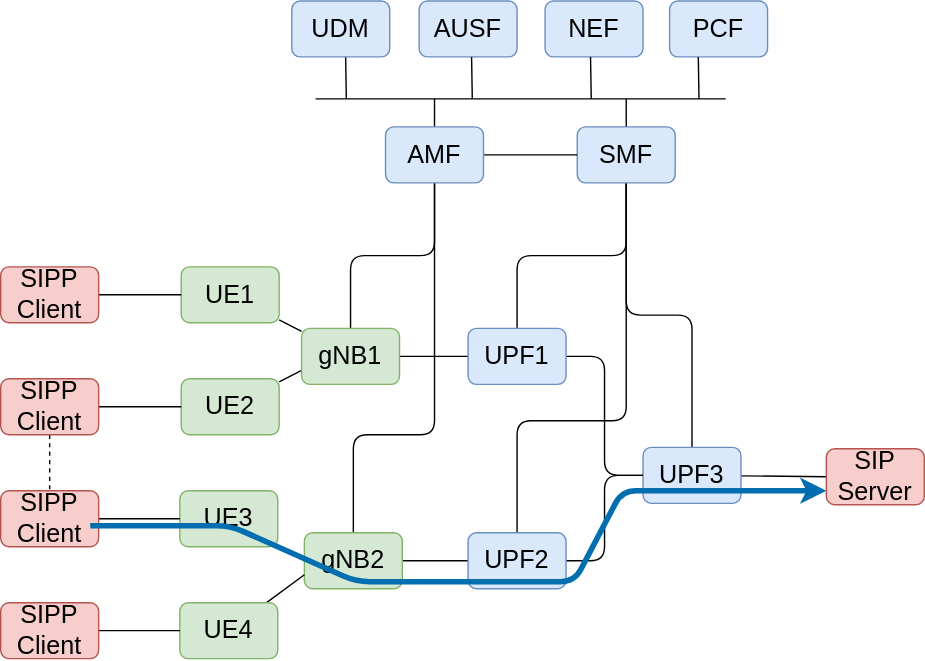
brianpnaughton/free5gc-lab keeps this draw.io diagram as scenarios/advanced/lab.drawio.svg. Above is the earlier version. Source tidied: cells renumbered, new cells last; positions are measured from the earlier drawing's top-left corner, leaving out a move shared by most shapes.
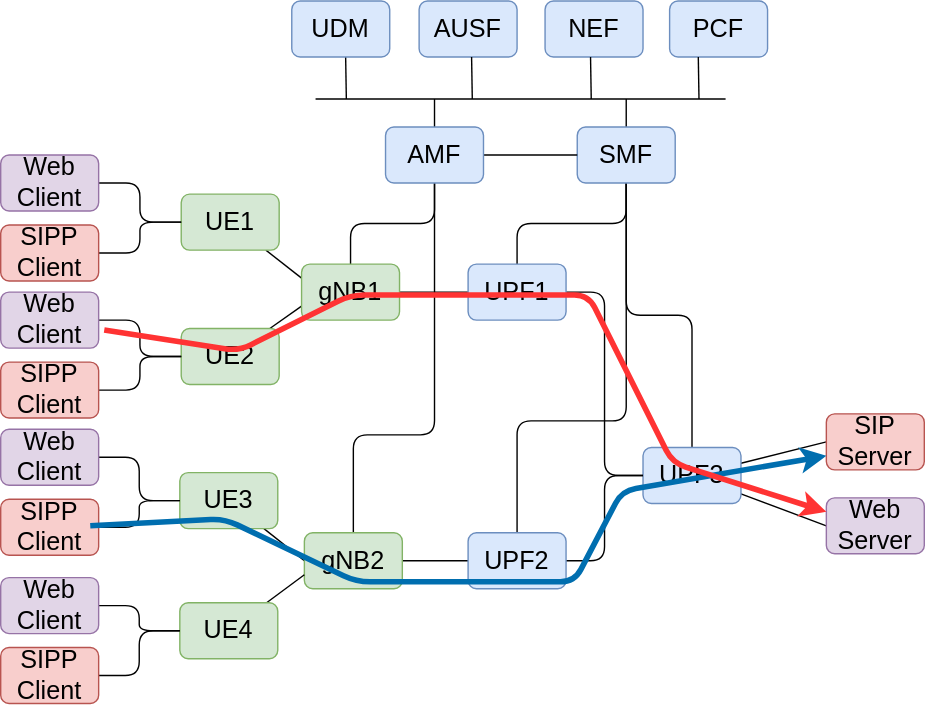
The same diagram one commit later.

What changed in the source:
```diff
@@ -2,11 +2,11 @@
   <root>
     <mxCell id="0" />
     <mxCell id="1" parent="0" />
-    <mxCell id="2" style="edgeStyle=none;html=1;fontSize=18;startArrow=none;startFill=0;endArrow=none;endFill=0;" parent="1" edge="1" source="3" target="41">
+    <mxCell id="2" style="edgeStyle=none;html=1;fontSize=18;startArrow=none;startFill=0;endArrow=none;endFill=0;entryX=0;entryY=0.25;entryDx=0;entryDy=0;" parent="1" edge="1" source="3" target="41">
       <mxGeometry relative="1" as="geometry" />
     </mxCell>
     <mxCell id="3" value="UE1" style="rounded=1;whiteSpace=wrap;html=1;fontSize=18;fillColor=#d5e8d4;strokeColor=#82b366;" parent="1" vertex="1">
-      <mxGeometry x="129" y="190" width="70" height="40" as="geometry" />
+      <mxGeometry x="129" y="138" width="70" height="40" as="geometry" />
     </mxCell>
     <mxCell id="4" style="edgeStyle=orthogonalEdgeStyle;html=1;entryX=0.5;entryY=0;entryDx=0;entryDy=0;fontSize=18;startArrow=none;startFill=0;endArrow=none;endFill=0;" parent="1" edge="1" source="8" target="17">
       <mxGeometry relative="1" as="geometry" />
@@ -61,20 +61,23 @@
     <mxCell id="16" style="edgeStyle=none;html=1;entryX=0;entryY=0.5;entryDx=0;entryDy=0;fontSize=18;startArrow=none;startFill=0;endArrow=none;endFill=0;" parent="1" edge="1" source="17" target="21">
       <mxGeometry relative="1" as="geometry" />
     </mxCell>
+    <mxCell id="50" style="edgeStyle=none;html=1;entryX=0;entryY=0.5;entryDx=0;entryDy=0;endArrow=none;endFill=0;" parent="1" edge="1" source="17" target="51">
+      <mxGeometry relative="1" as="geometry" />
+    </mxCell>
     <mxCell id="17" value="UPF3" style="rounded=1;whiteSpace=wrap;html=1;fontSize=18;fillColor=#dae8fc;strokeColor=#6c8ebf;" parent="1" vertex="1">
       <mxGeometry x="459" y="319" width="70" height="40" as="geometry" />
     </mxCell>
     <mxCell id="18" value="NEF" style="rounded=1;whiteSpace=wrap;html=1;fontSize=18;fillColor=#dae8fc;strokeColor=#6c8ebf;" parent="1" vertex="1">
       <mxGeometry x="389" width="70" height="40" as="geometry" />
     </mxCell>
-    <mxCell id="19" style="edgeStyle=none;html=1;entryX=0;entryY=0.5;entryDx=0;entryDy=0;fontSize=18;startArrow=none;startFill=0;endArrow=none;endFill=0;" parent="1" edge="1" source="20" target="3">
+    <mxCell id="19" style="edgeStyle=orthogonalEdgeStyle;html=1;entryX=0;entryY=0.5;entryDx=0;entryDy=0;fontSize=18;startArrow=none;startFill=0;endArrow=none;endFill=0;" parent="1" edge="1" source="20" target="3">
       <mxGeometry relative="1" as="geometry" />
     </mxCell>
     <mxCell id="20" value="SIPP&lt;br&gt;Client" style="rounded=1;whiteSpace=wrap;html=1;fontSize=18;fillColor=#f8cecc;strokeColor=#b85450;" parent="1" vertex="1">
-      <mxGeometry y="190" width="70" height="40" as="geometry" />
+      <mxGeometry y="160" width="70" height="40" as="geometry" />
     </mxCell>
     <mxCell id="21" value="SIP Server" style="rounded=1;whiteSpace=wrap;html=1;fontSize=18;fillColor=#f8cecc;strokeColor=#b85450;" parent="1" vertex="1">
-      <mxGeometry x="590" y="320" width="70" height="40" as="geometry" />
+      <mxGeometry x="590" y="295" width="70" height="40" as="geometry" />
     </mxCell>
     <mxCell id="22" value="AUSF" style="rounded=1;whiteSpace=wrap;html=1;fontSize=18;fillColor=#dae8fc;strokeColor=#6c8ebf;" parent="1" vertex="1">
       <mxGeometry x="299" width="70" height="40" as="geometry" />
@@ -116,7 +119,7 @@
       <mxGeometry relative="1" as="geometry" />
     </mxCell>
     <mxCell id="30" value="UE3" style="rounded=1;whiteSpace=wrap;html=1;fontSize=18;fillColor=#d5e8d4;strokeColor=#82b366;" parent="1" vertex="1">
-      <mxGeometry x="128" y="350" width="70" height="40" as="geometry" />
+      <mxGeometry x="128" y="337" width="70" height="40" as="geometry" />
     </mxCell>
     <mxCell id="31" style="edgeStyle=none;html=1;entryX=0;entryY=0.5;entryDx=0;entryDy=0;endArrow=none;endFill=0;" parent="1" edge="1" source="32" target="38">
       <mxGeometry relative="1" as="geometry" />
@@ -128,7 +131,7 @@
       <mxGeometry relative="1" as="geometry" />
     </mxCell>
     <mxCell id="34" value="UE2" style="rounded=1;whiteSpace=wrap;html=1;fontSize=18;fillColor=#d5e8d4;strokeColor=#82b366;" parent="1" vertex="1">
-      <mxGeometry x="129" y="270" width="70" height="40" as="geometry" />
+      <mxGeometry x="129" y="234" width="70" height="40" as="geometry" />
     </mxCell>
     <mxCell id="35" style="edgeStyle=none;html=1;entryX=0;entryY=0.75;entryDx=0;entryDy=0;endArrow=none;endFill=0;" parent="1" edge="1" source="36" target="32">
       <mxGeometry relative="1" as="geometry" />
@@ -146,43 +149,77 @@
       <mxGeometry relative="1" as="geometry" />
     </mxCell>
     <mxCell id="40" value="UPF1" style="rounded=1;whiteSpace=wrap;html=1;fontSize=18;fillColor=#dae8fc;strokeColor=#6c8ebf;" parent="1" vertex="1">
-      <mxGeometry x="334" y="234" width="70" height="40" as="geometry" />
+      <mxGeometry x="334" y="188" width="70" height="40" as="geometry" />
     </mxCell>
     <mxCell id="41" value="gNB1" style="rounded=1;whiteSpace=wrap;html=1;fontSize=18;fillColor=#d5e8d4;strokeColor=#82b366;" parent="1" vertex="1">
-      <mxGeometry x="215" y="234" width="70" height="40" as="geometry" />
+      <mxGeometry x="215" y="188" width="70" height="40" as="geometry" />
     </mxCell>
     <mxCell id="42" style="edgeStyle=orthogonalEdgeStyle;html=1;entryX=0;entryY=0.5;entryDx=0;entryDy=0;endArrow=none;endFill=0;" parent="1" edge="1" source="44" target="34">
       <mxGeometry relative="1" as="geometry" />
     </mxCell>
-    <mxCell id="43" style="edgeStyle=orthogonalEdgeStyle;html=1;dashed=1;endArrow=none;endFill=0;" parent="1" edge="1" source="44" target="46">
-      <mxGeometry relative="1" as="geometry" />
-    </mxCell>
     <mxCell id="44" value="SIPP&lt;br&gt;Client" style="rounded=1;whiteSpace=wrap;html=1;fontSize=18;fillColor=#f8cecc;strokeColor=#b85450;" parent="1" vertex="1">
-      <mxGeometry y="270" width="70" height="40" as="geometry" />
+      <mxGeometry y="258" width="70" height="40" as="geometry" />
     </mxCell>
     <mxCell id="45" style="edgeStyle=orthogonalEdgeStyle;html=1;entryX=0;entryY=0.5;entryDx=0;entryDy=0;endArrow=none;endFill=0;" parent="1" edge="1" source="46" target="30">
       <mxGeometry relative="1" as="geometry" />
     </mxCell>
     <mxCell id="46" value="SIPP&lt;br&gt;Client" style="rounded=1;whiteSpace=wrap;html=1;fontSize=18;fillColor=#f8cecc;strokeColor=#b85450;" parent="1" vertex="1">
-      <mxGeometry y="350" width="70" height="40" as="geometry" />
+      <mxGeometry y="356" width="70" height="40" as="geometry" />
     </mxCell>
     <mxCell id="47" style="edgeStyle=orthogonalEdgeStyle;html=1;entryX=0;entryY=0.5;entryDx=0;entryDy=0;endArrow=none;endFill=0;" parent="1" edge="1" source="48" target="36">
       <mxGeometry relative="1" as="geometry" />
     </mxCell>
     <mxCell id="48" value="SIPP&lt;br&gt;Client" style="rounded=1;whiteSpace=wrap;html=1;fontSize=18;fillColor=#f8cecc;strokeColor=#b85450;" parent="1" vertex="1">
-      <mxGeometry y="430" width="70" height="40" as="geometry" />
+      <mxGeometry y="462" width="70" height="40" as="geometry" />
     </mxCell>
-    <mxCell id="49" style="endArrow=classic;html=1;strokeWidth=4;fillColor=#1ba1e2;strokeColor=#006EAF;" parent="1" edge="1">
+    <mxCell id="49" style="endArrow=classic;html=1;strokeWidth=4;fillColor=#1ba1e2;strokeColor=#006EAF;entryX=0;entryY=0.75;entryDx=0;entryDy=0;" parent="1" edge="1" target="21">
       <mxGeometry relative="1" as="geometry">
         <mxPoint x="64" y="375" as="sourcePoint" />
-        <mxPoint x="590" y="350" as="targetPoint" />
         <Array as="points">
-          <mxPoint x="164" y="375" />
+          <mxPoint x="160" y="370" />
           <mxPoint x="254" y="415" />
           <mxPoint x="410" y="415" />
           <mxPoint x="444" y="350" />
         </Array>
       </mxGeometry>
     </mxCell>
+    <mxCell id="51" value="Web Server" style="rounded=1;whiteSpace=wrap;html=1;fontSize=18;fillColor=#e1d5e7;strokeColor=#9673a6;" parent="1" vertex="1">
+      <mxGeometry x="590" y="355" width="70" height="40" as="geometry" />
+    </mxCell>
+    <mxCell id="52" style="edgeStyle=orthogonalEdgeStyle;html=1;entryX=0;entryY=0.5;entryDx=0;entryDy=0;endArrow=none;endFill=0;" parent="1" edge="1" source="53" target="3">
+      <mxGeometry relative="1" as="geometry" />
+    </mxCell>
+    <mxCell id="53" value="Web Client" style="rounded=1;whiteSpace=wrap;html=1;fontSize=18;fillColor=#e1d5e7;strokeColor=#9673a6;" parent="1" vertex="1">
+      <mxGeometry y="110" width="70" height="40" as="geometry" />
+    </mxCell>
+    <mxCell id="54" style="edgeStyle=orthogonalEdgeStyle;html=1;endArrow=none;endFill=0;entryX=0;entryY=0.5;entryDx=0;entryDy=0;" parent="1" edge="1" source="55" target="34">
+      <mxGeometry relative="1" as="geometry" />
+    </mxCell>
+    <mxCell id="55" value="Web&lt;br&gt;Client" style="rounded=1;whiteSpace=wrap;html=1;fontSize=18;fillColor=#e1d5e7;strokeColor=#9673a6;" parent="1" vertex="1">
+      <mxGeometry y="208" width="70" height="40" as="geometry" />
+    </mxCell>
+    <mxCell id="56" style="edgeStyle=orthogonalEdgeStyle;html=1;endArrow=none;endFill=0;entryX=0;entryY=0.5;entryDx=0;entryDy=0;" parent="1" edge="1" source="57" target="30">
+      <mxGeometry relative="1" as="geometry" />
+    </mxCell>
+    <mxCell id="57" value="Web Client" style="rounded=1;whiteSpace=wrap;html=1;fontSize=18;fillColor=#e1d5e7;strokeColor=#9673a6;" parent="1" vertex="1">
+      <mxGeometry y="306" width="70" height="40" as="geometry" />
+    </mxCell>
+    <mxCell id="58" style="edgeStyle=orthogonalEdgeStyle;html=1;entryX=0;entryY=0.5;entryDx=0;entryDy=0;endArrow=none;endFill=0;" parent="1" edge="1" source="59" target="36">
+      <mxGeometry relative="1" as="geometry" />
+    </mxCell>
+    <mxCell id="59" value="Web Client" style="rounded=1;whiteSpace=wrap;html=1;fontSize=18;fillColor=#e1d5e7;strokeColor=#9673a6;" parent="1" vertex="1">
+      <mxGeometry y="412" width="70" height="40" as="geometry" />
+    </mxCell>
+    <mxCell id="60" style="endArrow=classic;html=1;strokeWidth=4;fillColor=#1ba1e2;strokeColor=#FF3333;entryX=0;entryY=0.25;entryDx=0;entryDy=0;" parent="1" edge="1" target="51">
+      <mxGeometry relative="1" as="geometry">
+        <mxPoint x="74" y="235" as="sourcePoint" />
+        <Array as="points">
+          <mxPoint x="170" y="250" />
+          <mxPoint x="250" y="210" />
+          <mxPoint x="420" y="210" />
+          <mxPoint x="480" y="330" />
+        </Array>
+      </mxGeometry>
+    </mxCell>
   </root>
 </mxGraphModel>
```
